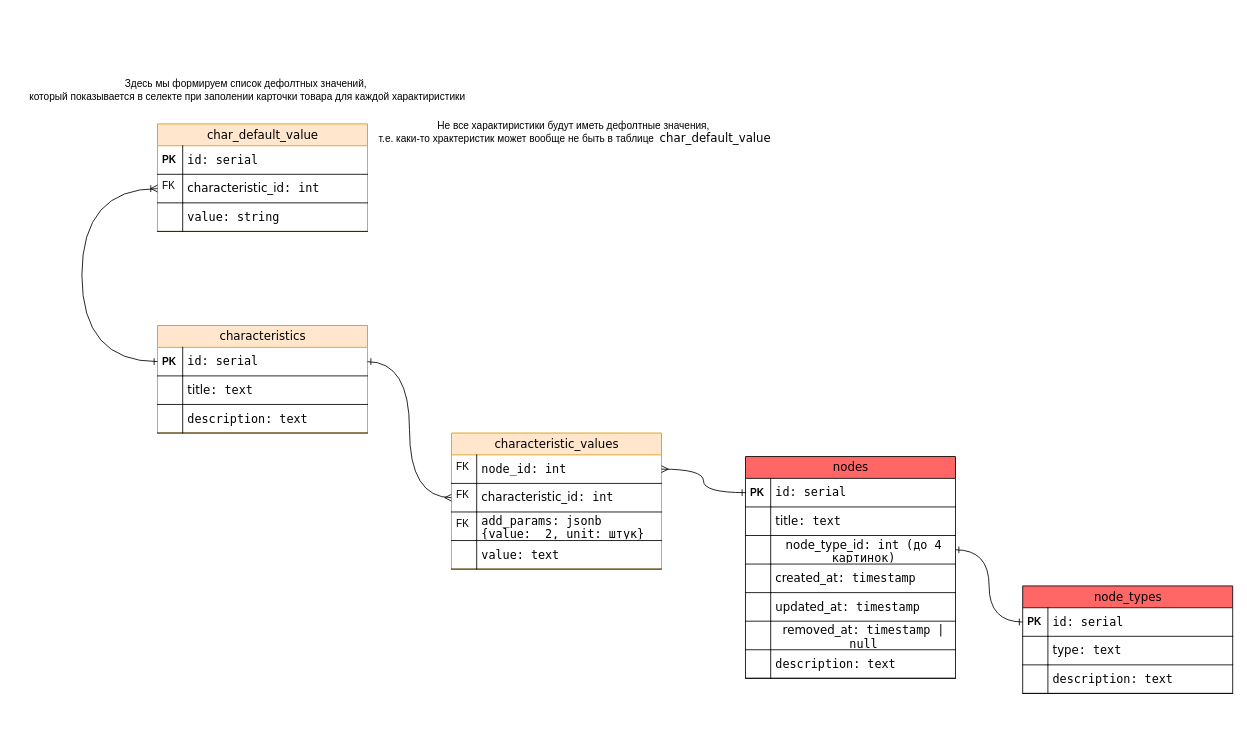
Earlier version of the draw.io diagram db/erd/shop-erd.drawio (Alekseyfgl/shop). Source tidied: cells renumbered, new cells numbered last; positions are measured from the earlier drawing's top-left corner, leaving out a move shared by most shapes. Both pictures are drawn from the tidied source at 84%, with x=0, y=0 at pixel (14, 73).
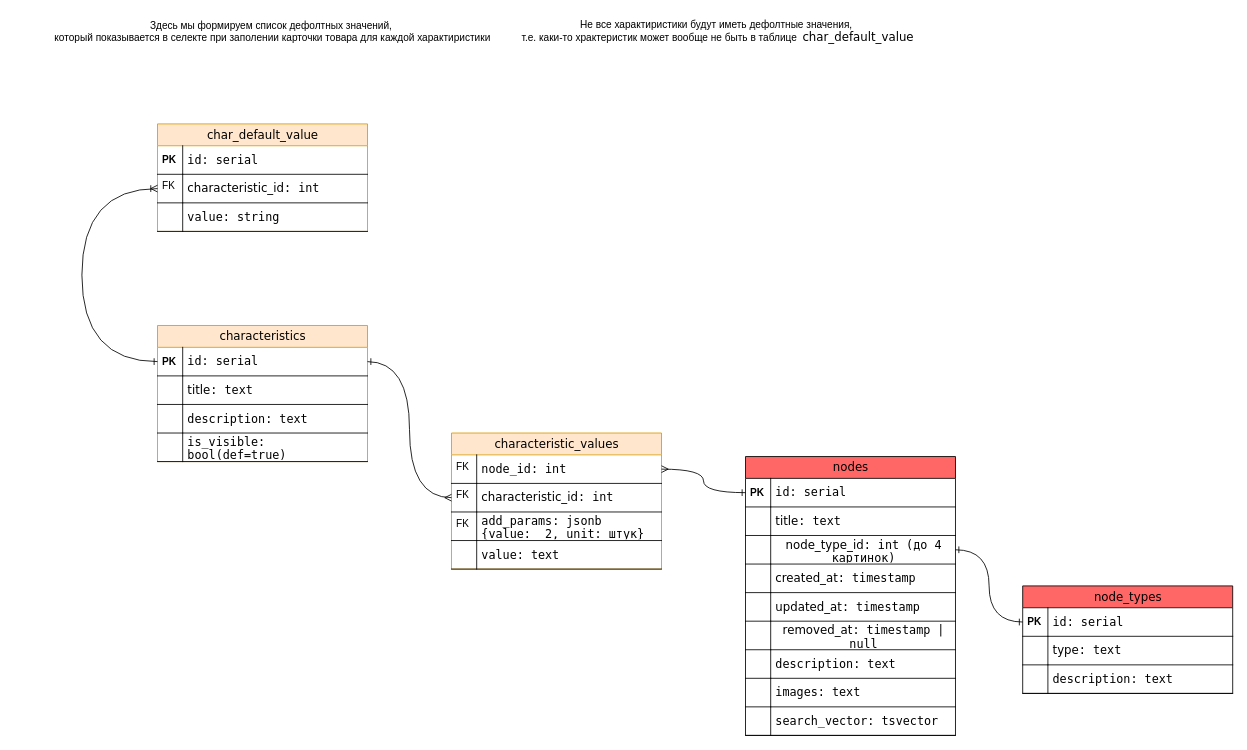
The same page after the edit.

What changed in the source:
```diff
@@
     <mxCell id="2" value="nodes" style="swimlane;html=1;fontStyle=0;horizontal=1;startSize=26;fillColor=#FF6666;swimlaneFillColor=#ffffff;align=center;rounded=0;shadow=0;comic=0;labelBackgroundColor=none;strokeWidth=1;fontFamily=Verdana;fontSize=14;" parent="1" vertex="1">
-      <mxGeometry x="870" y="456" width="250" height="264" as="geometry" />
+      <mxGeometry x="870" y="456" width="250" height="332" as="geometry" />
     </mxCell>
@@
+    <mxCell id="53" value="&lt;span style=&quot;font-family: &amp;quot;Lucida Console&amp;quot;; font-size: 14px;&quot;&gt;images: text&lt;/span&gt;" style="shape=partialRectangle;top=0;left=0;right=0;bottom=1;html=1;align=left;verticalAlign=middle;fillColor=none;spacingLeft=34;spacingRight=4;whiteSpace=wrap;overflow=hidden;" parent="2" vertex="1">
+      <mxGeometry y="264" width="250" height="34" as="geometry" />
+    </mxCell>
+    <mxCell id="54" style="shape=partialRectangle;top=0;left=0;bottom=0;html=1;fillColor=none;align=left;verticalAlign=top;spacingLeft=4;spacingRight=4;whiteSpace=wrap;overflow=hidden;" parent="53" vertex="1">
+      <mxGeometry width="30" height="34" as="geometry" />
+    </mxCell>
+    <mxCell id="55" value="&lt;font face=&quot;Lucida Console&quot;&gt;&lt;span style=&quot;font-size: 14px;&quot;&gt;search_vector: tsvector&lt;/span&gt;&lt;/font&gt;" style="shape=partialRectangle;top=0;left=0;right=0;bottom=1;html=1;align=left;verticalAlign=middle;fillColor=none;spacingLeft=34;spacingRight=4;whiteSpace=wrap;overflow=hidden;" parent="2" vertex="1">
+      <mxGeometry y="298" width="250" height="34" as="geometry" />
+    </mxCell>
+    <mxCell id="56" style="shape=partialRectangle;top=0;left=0;bottom=0;html=1;fillColor=none;align=left;verticalAlign=top;spacingLeft=4;spacingRight=4;whiteSpace=wrap;overflow=hidden;" parent="55" vertex="1">
+      <mxGeometry width="30" height="34" as="geometry" />
+    </mxCell>
@@
     <mxCell id="25" value="characteristics" style="swimlane;html=1;fontStyle=0;horizontal=1;startSize=26;fillColor=#ffe6cc;swimlaneFillColor=#ffffff;align=center;rounded=0;shadow=0;comic=0;labelBackgroundColor=none;strokeWidth=1;fontFamily=Verdana;fontSize=14;strokeColor=#d79b00;" parent="1" vertex="1">
-      <mxGeometry x="170" y="300" width="250" height="128" as="geometry" />
+      <mxGeometry x="170" y="300" width="250" height="162" as="geometry" />
     </mxCell>
@@
+    <mxCell id="57" value="&lt;span style=&quot;font-family: &amp;quot;Lucida Console&amp;quot;; font-size: 14px;&quot;&gt;is_visible: bool(def=true)&lt;/span&gt;" style="shape=partialRectangle;top=0;left=0;right=0;bottom=1;html=1;align=left;verticalAlign=middle;fillColor=none;spacingLeft=34;spacingRight=4;whiteSpace=wrap;overflow=hidden;" parent="25" vertex="1">
+      <mxGeometry y="128" width="250" height="34" as="geometry" />
+    </mxCell>
+    <mxCell id="58" style="shape=partialRectangle;top=0;left=0;bottom=0;html=1;fillColor=none;align=left;verticalAlign=top;spacingLeft=4;spacingRight=4;whiteSpace=wrap;overflow=hidden;" parent="57" vertex="1">
+      <mxGeometry width="30" height="34" as="geometry" />
+    </mxCell>
@@
     <mxCell id="51" value="Не все характиристики будут иметь дефолтные значения,&lt;div&gt;&amp;nbsp;т.е. каки-то храктеристик может вообще не быть в таблице&amp;nbsp;&amp;nbsp;&lt;span style=&quot;font-family: Verdana; font-size: 14px;&quot;&gt;char_default_value&lt;/span&gt;&lt;/div&gt;" style="text;html=1;align=center;verticalAlign=middle;strokeColor=none;fillColor=none;" parent="1" vertex="1">
-      <mxGeometry x="430" y="50" width="470" height="40" as="geometry" />
+      <mxGeometry x="600" y="-70" width="470" height="40" as="geometry" />
     </mxCell>
     <mxCell id="52" value="Здесь мы формируем список дефолтных значений,&lt;div&gt;&amp;nbsp;который показывается в селекте при заполении карточки товара для каждой характиристики&lt;/div&gt;" style="text;html=1;align=center;verticalAlign=middle;strokeColor=none;fillColor=none;" parent="1" vertex="1">
-      <mxGeometry width="550" height="40" as="geometry" />
+      <mxGeometry x="30" y="-70" width="550" height="40" as="geometry" />
     </mxCell>
```
